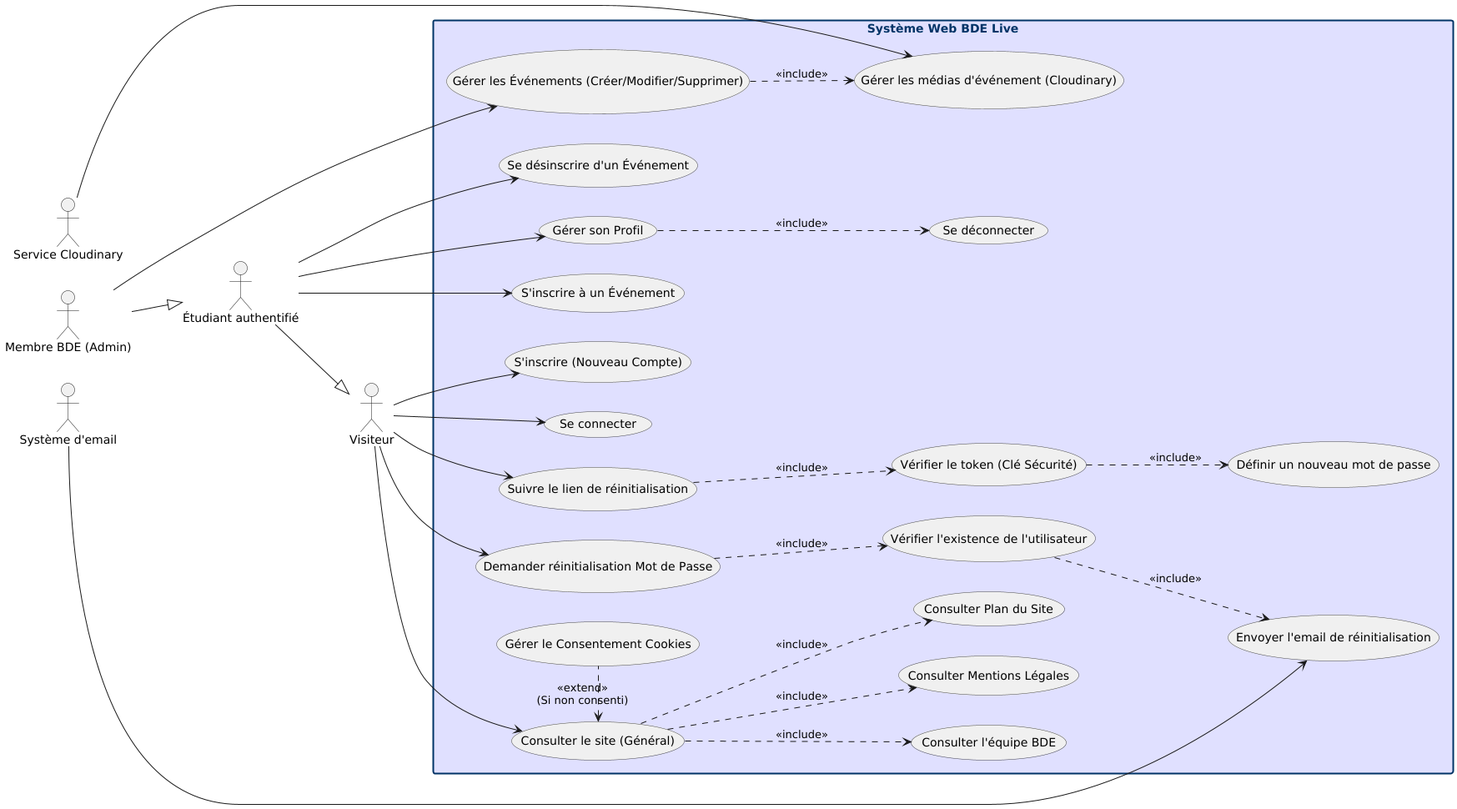
Before: docs/diagramme-cas-utilisation.png, a diagram exported from PlantUML (AHAMED-Nasser/BdeLive). The source it was exported from:
```plantuml
@startuml

skinparam usecase {
    BackgroundColor #F0F0F0
    BorderColor #444444
}
skinparam rectangle {
    BorderColor #003366
    BackgroundColor #E0E0FF
    FontColor #003366
    StereotypeFontColor #003366
    BorderThickness 2
}

left to right direction

together {
    actor "Visiteur" as Visiteur
    actor "Étudiant authentifié" as Etudiant
    actor "Membre BDE (Admin)" as Admin
    actor "Système d'email" as MailSystem
    actor "Service Cloudinary" as CloudinaryService
}

Etudiant --|> Visiteur
Admin --|> Etudiant

rectangle "Système Web BDE Live" {

    usecase "Consulter le site (Général)" as UC_Consultation
    usecase "S'inscrire (Nouveau Compte)" as UC_Inscription
    usecase "Se connecter" as UC_Login
    usecase "Demander réinitialisation Mot de Passe" as UC_ResetPwdRequest

    usecase "Consulter Mentions Légales" as UC_Legal
    usecase "Consulter Plan du Site" as UC_Sitemap
    usecase "Consulter l'équipe BDE" as UC_Equipe

    usecase "Vérifier l'existence de l'utilisateur" as UC_VerifyUser
    usecase "Envoyer l'email de réinitialisation" as UC_SendEmail
    usecase "Suivre le lien de réinitialisation" as UC_FollowLink
    usecase "Vérifier le token (Clé Sécurité)" as UC_VerifyToken
    usecase "Définir un nouveau mot de passe" as UC_SetNewPwd

    usecase "Se déconnecter" as UC_Logout
    usecase "Gérer son Profil" as UC_Profile
    usecase "S'inscrire à un Événement" as UC_RegisterEvent
    usecase "Se désinscrire d'un Événement" as UC_UnregisterEvent

    usecase "Gérer les Événements (Créer/Modifier/Supprimer)" as UC_ManageEvents
    usecase "Gérer les médias d'événement (Cloudinary)" as UC_ManageMedia

    usecase "Gérer le Consentement Cookies" as UC_Cookies


    UC_Consultation ..> UC_Legal : <<include>>
    UC_Consultation ..> UC_Sitemap : <<include>>
    UC_Consultation ..> UC_Equipe : <<include>>

    UC_Profile ..> UC_Logout : <<include>>

    UC_ResetPwdRequest ..> UC_VerifyUser : <<include>>
    UC_VerifyUser ..> UC_SendEmail : <<include>>
    UC_FollowLink ..> UC_VerifyToken : <<include>>
    UC_VerifyToken ..> UC_SetNewPwd : <<include>>


    UC_ManageEvents ..> UC_ManageMedia : <<include>>

    UC_Consultation <. UC_Cookies : <<extend>>\n(Si non consenti)
}


Visiteur --> UC_Consultation
Visiteur --> UC_Inscription
Visiteur --> UC_Login
Visiteur --> UC_ResetPwdRequest
Visiteur --> UC_FollowLink

Etudiant --> UC_Profile
Etudiant --> UC_RegisterEvent
Etudiant --> UC_UnregisterEvent

Admin --> UC_ManageEvents

MailSystem --> UC_SendEmail
CloudinaryService --> UC_ManageMedia

@enduml
```
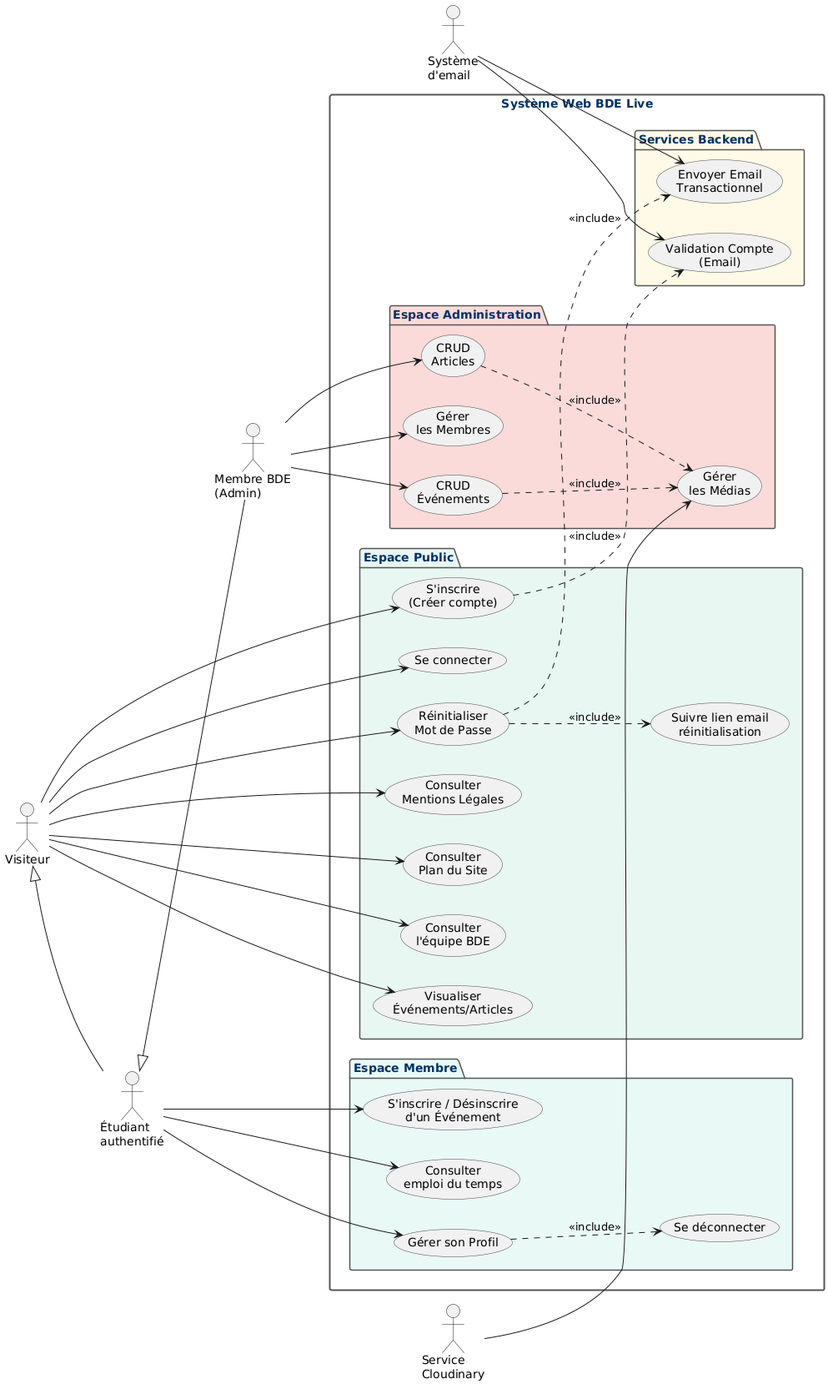
After the change.

Change to the diagram source:
```diff
@@ -1,5 +1,4 @@
 @startuml
-
 skinparam usecase {
     BackgroundColor #F0F0F0
     BorderColor #444444
@@ -11,79 +10,86 @@
     StereotypeFontColor #003366
     BorderThickness 2
 }
+skinparam package {
+    BackgroundColor #FFFFFF
+    BorderColor #555555
+    BorderThickness 1.5
+    FontColor #003366
+}
 
 left to right direction
 
-together {
-    actor "Visiteur" as Visiteur
-    actor "Étudiant authentifié" as Etudiant
-    actor "Membre BDE (Admin)" as Admin
-    actor "Système d'email" as MailSystem
-    actor "Service Cloudinary" as CloudinaryService
-}
+actor "Visiteur" as Visiteur
+actor "Étudiant\nauthentifié" as Etudiant
+actor "Membre BDE\n(Admin)" as Admin
+actor "Système\nd'email" as MailSystem
+actor "Service\nCloudinary" as CloudinaryService
 
-Etudiant --|> Visiteur
-Admin --|> Etudiant
+Etudiant -up-|> Visiteur
+Admin -up-|> Etudiant
 
 rectangle "Système Web BDE Live" {
 
-    usecase "Consulter le site (Général)" as UC_Consultation
-    usecase "S'inscrire (Nouveau Compte)" as UC_Inscription
-    usecase "Se connecter" as UC_Login
-    usecase "Demander réinitialisation Mot de Passe" as UC_ResetPwdRequest
+    package "Espace Public" #E8F6F3 {
+        usecase "S'inscrire\n(Créer compte)" as UC_Inscription
+        usecase "Se connecter" as UC_Login
+        usecase "Réinitialiser\nMot de Passe" as UC_ResetPwd
 
-    usecase "Consulter Mentions Légales" as UC_Legal
-    usecase "Consulter Plan du Site" as UC_Sitemap
-    usecase "Consulter l'équipe BDE" as UC_Equipe
+        usecase "Consulter\nMentions Légales" as UC_Legal
+        usecase "Consulter\nPlan du Site" as UC_Sitemap
+        usecase "Consulter\nl'équipe BDE" as UC_Equipe
+        usecase "Visualiser\nÉvénements/Articles" as UC_ViewContent
 
-    usecase "Vérifier l'existence de l'utilisateur" as UC_VerifyUser
-    usecase "Envoyer l'email de réinitialisation" as UC_SendEmail
-    usecase "Suivre le lien de réinitialisation" as UC_FollowLink
-    usecase "Vérifier le token (Clé Sécurité)" as UC_VerifyToken
-    usecase "Définir un nouveau mot de passe" as UC_SetNewPwd
+        usecase "Suivre lien email\nréinitialisation" as UC_FollowLink
+        UC_ResetPwd ..> UC_FollowLink : <<include>>
+    }
 
-    usecase "Se déconnecter" as UC_Logout
-    usecase "Gérer son Profil" as UC_Profile
-    usecase "S'inscrire à un Événement" as UC_RegisterEvent
-    usecase "Se désinscrire d'un Événement" as UC_UnregisterEvent
+    package "Espace Membre" #E8F8F5 {
+        usecase "Gérer son Profil" as UC_Profile
+        usecase "Se déconnecter" as UC_Logout
+        usecase "S'inscrire / Désinscrire\nd'un Événement" as UC_RegisterEvent
+        usecase "Consulter\nemploi du temps" as UC_Schedule
 
-    usecase "Gérer les Événements (Créer/Modifier/Supprimer)" as UC_ManageEvents
-    usecase "Gérer les médias d'événement (Cloudinary)" as UC_ManageMedia
+        UC_Profile ..> UC_Logout : <<include>>
+    }
 
-    usecase "Gérer le Consentement Cookies" as UC_Cookies
+    package "Espace Administration" #FADBD8 {
+        usecase "CRUD\nÉvénements" as UC_ManageEvents
+        usecase "CRUD\nArticles" as UC_ManageArticles
+        usecase "Gérer\nles Médias" as UC_ManageMedia
+        usecase "Gérer\nles Membres" as UC_ManageMembers
 
+        UC_ManageEvents ..> UC_ManageMedia : <<include>>
+        UC_ManageArticles ..> UC_ManageMedia : <<include>>
+    }
 
-    UC_Consultation ..> UC_Legal : <<include>>
-    UC_Consultation ..> UC_Sitemap : <<include>>
-    UC_Consultation ..> UC_Equipe : <<include>>
+    package "Services Backend" #FEF9E7 {
+        usecase "Envoyer Email\nTransactionnel" as UC_SendEmail
+        usecase "Validation Compte\n(Email)" as UC_VerifyEmail
 
-    UC_Profile ..> UC_Logout : <<include>>
-
-    UC_ResetPwdRequest ..> UC_VerifyUser : <<include>>
-    UC_VerifyUser ..> UC_SendEmail : <<include>>
-    UC_FollowLink ..> UC_VerifyToken : <<include>>
-    UC_VerifyToken ..> UC_SetNewPwd : <<include>>
-
-
-    UC_ManageEvents ..> UC_ManageMedia : <<include>>
-
-    UC_Consultation <. UC_Cookies : <<extend>>\n(Si non consenti)
+        UC_Inscription ..> UC_VerifyEmail : <<include>>
+        UC_ResetPwd ..> UC_SendEmail : <<include>>
+    }
 }
 
 
-Visiteur --> UC_Consultation
 Visiteur --> UC_Inscription
 Visiteur --> UC_Login
-Visiteur --> UC_ResetPwdRequest
-Visiteur --> UC_FollowLink
+Visiteur --> UC_ResetPwd
+Visiteur --> UC_Legal
+Visiteur --> UC_Sitemap
+Visiteur --> UC_Equipe
+Visiteur --> UC_ViewContent
 
 Etudiant --> UC_Profile
 Etudiant --> UC_RegisterEvent
-Etudiant --> UC_UnregisterEvent
+Etudiant --> UC_Schedule
 
 Admin --> UC_ManageEvents
+Admin --> UC_ManageArticles
+Admin --> UC_ManageMembers
 
 MailSystem --> UC_SendEmail
+MailSystem --> UC_VerifyEmail
 CloudinaryService --> UC_ManageMedia
-
 @enduml
```
